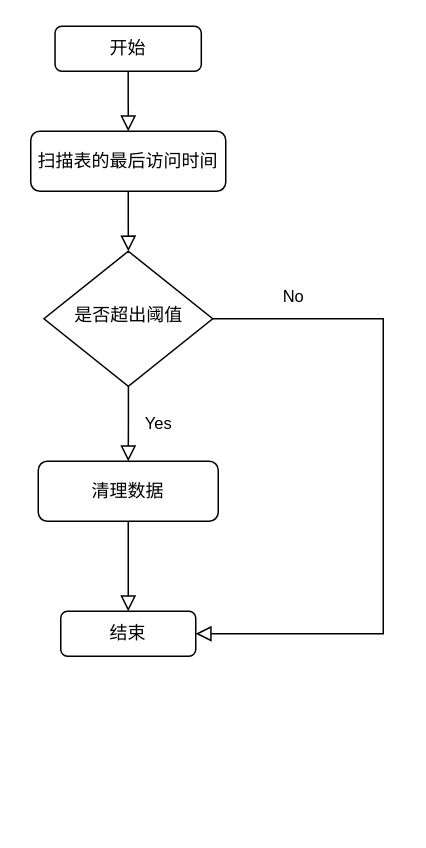
The draw.io diagram page "Page-1" (1 of 2) of diagrams/数据清理流程.drawio in duanjiatao/others, before the edit. Source tidied: cells renumbered, new cells numbered last; positions are measured from the earlier drawing's top-left corner, leaving out a move shared by most shapes. Both pictures are drawn from the tidied source at 150%, with x=0, y=0 at pixel (30, 26).
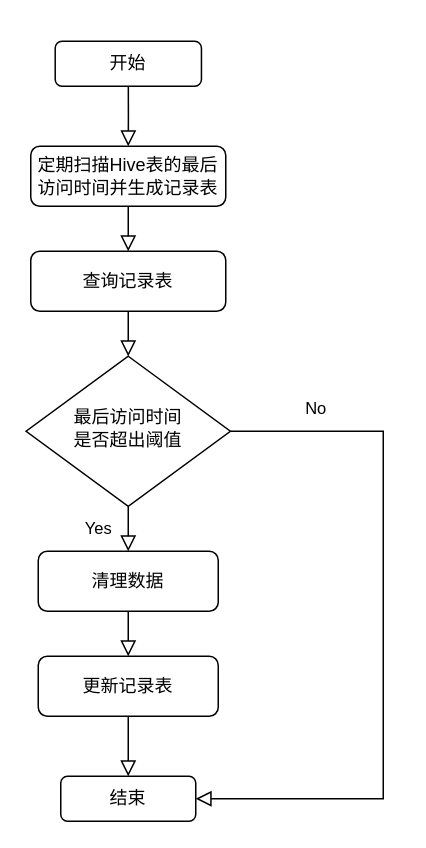
After the change.

Commit message:
更新数据清理流程.drawio

The edit, as a diff of the source:
```diff
@@
 <mxGraphModel>
   <root>
     <mxCell id="0" />
     <mxCell id="1" parent="0" />
-    <mxCell id="2" style="rounded=0;html=1;jettySize=auto;fontSize=11;endArrow=block;endFill=0;endSize=8;strokeWidth=1;shadow=0;labelBackgroundColor=none;edgeStyle=orthogonalEdgeStyle;" parent="1" edge="1" source="3" target="5">
+    <mxCell id="2" style="rounded=0;html=1;jettySize=auto;fontSize=11;endArrow=block;endFill=0;endSize=8;strokeWidth=1;shadow=0;labelBackgroundColor=none;edgeStyle=orthogonalEdgeStyle;entryX=0.5;entryY=0;entryDx=0;entryDy=0;" parent="1" edge="1" source="3" target="12">
       <mxGeometry relative="1" as="geometry" />
     </mxCell>
-    <mxCell id="3" value="扫描表的最后访问时间" style="rounded=1;whiteSpace=wrap;html=1;fontSize=12;glass=0;strokeWidth=1;shadow=0;" parent="1" vertex="1">
-      <mxGeometry y="70" width="130" height="40" as="geometry" />
+    <mxCell id="3" value="定期扫描Hive表的最后访问时间并生成记录表" style="rounded=1;whiteSpace=wrap;html=1;fontSize=12;glass=0;strokeWidth=1;shadow=0;" parent="1" vertex="1">
+      <mxGeometry y="80" width="130" height="40" as="geometry" />
     </mxCell>
     <mxCell id="4" value="Yes" style="rounded=0;html=1;jettySize=auto;fontSize=11;endArrow=block;endFill=0;endSize=8;strokeWidth=1;shadow=0;labelBackgroundColor=none;edgeStyle=orthogonalEdgeStyle;entryX=0.5;entryY=0;entryDx=0;entryDy=0;" parent="1" edge="1" source="5" target="6">
       <mxGeometry y="20" relative="1" as="geometry" />
     </mxCell>
-    <mxCell id="5" value="是否超出阈值" style="rhombus;whiteSpace=wrap;html=1;shadow=0;fontFamily=Helvetica;fontSize=12;align=center;strokeWidth=1;spacing=6;spacingTop=-4;" parent="1" vertex="1">
-      <mxGeometry x="8.8" y="150" width="112.5" height="90" as="geometry" />
+    <mxCell id="5" value="最后访问时间&lt;br&gt;是否超出阈值" style="rhombus;whiteSpace=wrap;html=1;shadow=0;fontFamily=Helvetica;fontSize=12;align=center;strokeWidth=1;spacing=6;spacingTop=-4;" parent="1" vertex="1">
+      <mxGeometry x="-3.1" y="220" width="136.2" height="100" as="geometry" />
     </mxCell>
     <mxCell id="6" value="清理数据" style="rounded=1;whiteSpace=wrap;html=1;fontSize=12;glass=0;strokeWidth=1;shadow=0;" parent="1" vertex="1">
-      <mxGeometry x="5" y="290" width="120" height="40" as="geometry" />
+      <mxGeometry x="5" y="350" width="120" height="40" as="geometry" />
     </mxCell>
     <mxCell id="7" value="开始" style="rounded=1;whiteSpace=wrap;html=1;fontSize=12;glass=0;strokeWidth=1;shadow=0;" parent="1" vertex="1">
-      <mxGeometry x="16.2" width="97.5" height="30" as="geometry" />
+      <mxGeometry x="16.3" y="10" width="97.5" height="30" as="geometry" />
     </mxCell>
     <mxCell id="8" value="结束" style="rounded=1;whiteSpace=wrap;html=1;fontSize=12;glass=0;strokeWidth=1;shadow=0;" parent="1" vertex="1">
-      <mxGeometry x="20" y="390" width="90" height="30" as="geometry" />
+      <mxGeometry x="20" y="500" width="90" height="30" as="geometry" />
     </mxCell>
     <mxCell id="9" style="rounded=0;html=1;jettySize=auto;fontSize=11;endArrow=block;endFill=0;endSize=8;strokeWidth=1;shadow=0;labelBackgroundColor=none;edgeStyle=orthogonalEdgeStyle;exitX=0.5;exitY=1;exitDx=0;exitDy=0;entryX=0.5;entryY=0;entryDx=0;entryDy=0;" parent="1" edge="1" source="7" target="3">
       <mxGeometry relative="1" as="geometry" />
     </mxCell>
-    <mxCell id="10" style="rounded=0;html=1;jettySize=auto;fontSize=11;endArrow=block;endFill=0;endSize=8;strokeWidth=1;shadow=0;labelBackgroundColor=none;edgeStyle=orthogonalEdgeStyle;exitX=0.5;exitY=1;exitDx=0;exitDy=0;entryX=0.5;entryY=0;entryDx=0;entryDy=0;" parent="1" edge="1" source="6" target="8">
+    <mxCell id="10" style="rounded=0;html=1;jettySize=auto;fontSize=11;endArrow=block;endFill=0;endSize=8;strokeWidth=1;shadow=0;labelBackgroundColor=none;edgeStyle=orthogonalEdgeStyle;exitX=0.5;exitY=1;exitDx=0;exitDy=0;entryX=0.5;entryY=0;entryDx=0;entryDy=0;" parent="1" edge="1" source="6" target="14">
       <mxGeometry relative="1" as="geometry" />
     </mxCell>
     <mxCell id="11" value="No" style="edgeStyle=orthogonalEdgeStyle;rounded=0;html=1;jettySize=auto;fontSize=11;endArrow=block;endFill=0;endSize=8;strokeWidth=1;shadow=0;labelBackgroundColor=none;exitX=1;exitY=0.5;exitDx=0;exitDy=0;entryX=1;entryY=0.5;entryDx=0;entryDy=0;" parent="1" edge="1" source="5" target="8">
       <mxGeometry x="-0.76" y="15" relative="1" as="geometry">
         <Array as="points">
-          <mxPoint x="235" y="195" />
-          <mxPoint x="235" y="405" />
+          <mxPoint x="235" y="270" />
+          <mxPoint x="235" y="515" />
         </Array>
       </mxGeometry>
     </mxCell>
+    <mxCell id="12" value="查询记录表" style="rounded=1;whiteSpace=wrap;html=1;fontSize=12;glass=0;strokeWidth=1;shadow=0;" parent="1" vertex="1">
+      <mxGeometry y="150" width="130" height="40" as="geometry" />
+    </mxCell>
+    <mxCell id="13" style="rounded=0;html=1;jettySize=auto;fontSize=11;endArrow=block;endFill=0;endSize=8;strokeWidth=1;shadow=0;labelBackgroundColor=none;edgeStyle=orthogonalEdgeStyle;entryX=0.5;entryY=0;entryDx=0;entryDy=0;exitX=0.5;exitY=1;exitDx=0;exitDy=0;" parent="1" edge="1" source="12" target="5">
+      <mxGeometry relative="1" as="geometry" />
+    </mxCell>
+    <mxCell id="14" value="更新记录表" style="rounded=1;whiteSpace=wrap;html=1;fontSize=12;glass=0;strokeWidth=1;shadow=0;" parent="1" vertex="1">
+      <mxGeometry x="5" y="420" width="120" height="40" as="geometry" />
+    </mxCell>
+    <mxCell id="15" style="rounded=0;html=1;jettySize=auto;fontSize=11;endArrow=block;endFill=0;endSize=8;strokeWidth=1;shadow=0;labelBackgroundColor=none;edgeStyle=orthogonalEdgeStyle;exitX=0.5;exitY=1;exitDx=0;exitDy=0;entryX=0.5;entryY=0;entryDx=0;entryDy=0;" parent="1" edge="1" source="14" target="8">
+      <mxGeometry relative="1" as="geometry" />
+    </mxCell>
   </root>
 </mxGraphModel>
```
